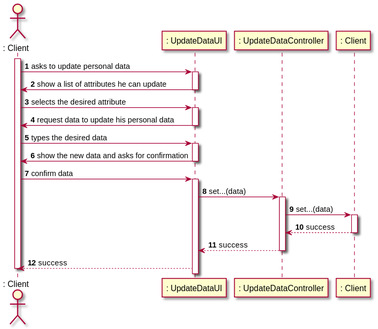
The PlantUML diagram docs/SprintD/US02/US02_SD.svg in manu-07-ela/LAPR2_ISEP, before a commit.
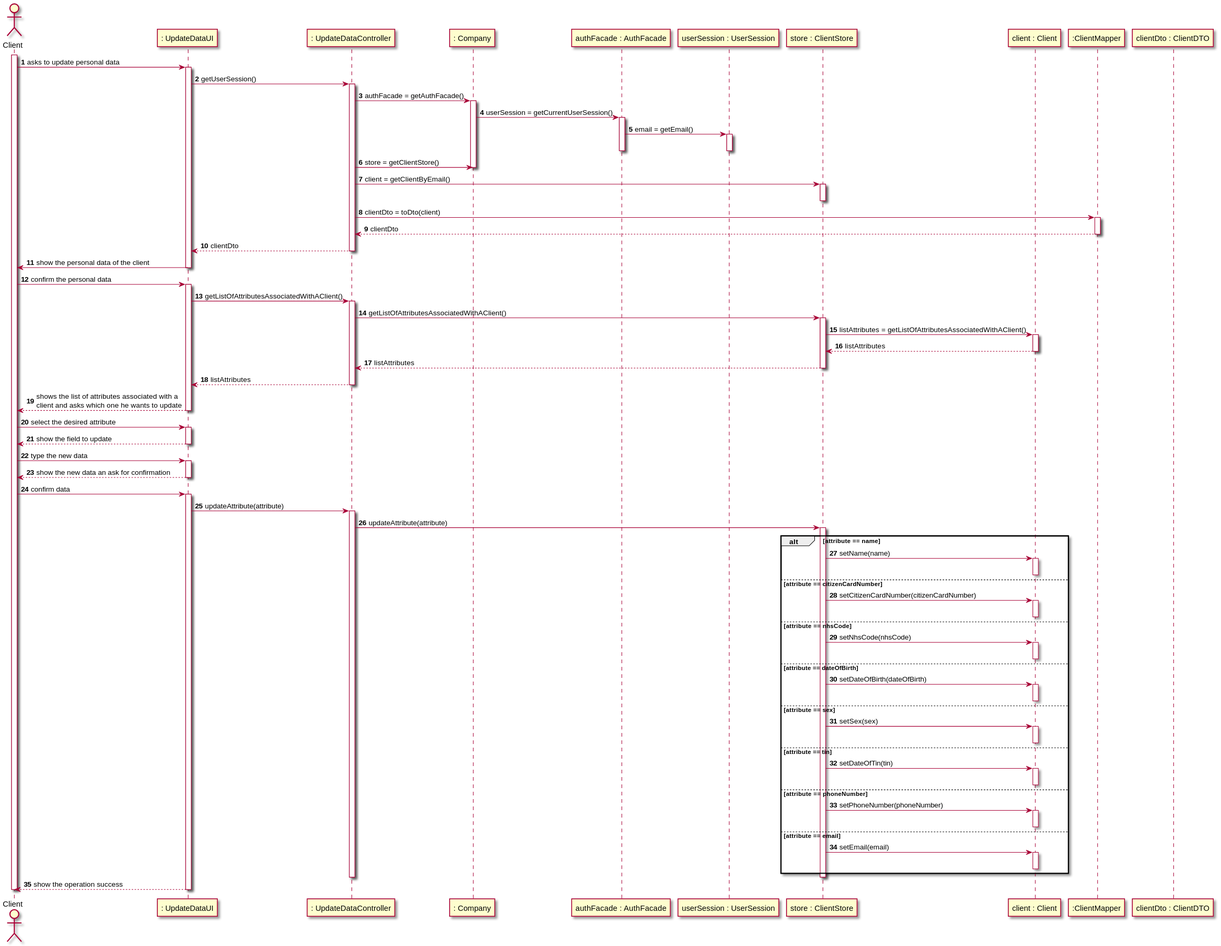
Above is the later version.

What changed in the source:
```diff
@@ -1,38 +1,113 @@
 @startuml
 
 autonumber
-actor ": Client" as CL
+actor "Client" as CL
 
 participant ": UpdateDataUI" as UI
 participant ": UpdateDataController" as CTRL
-participant ": Client" as CLD
-
-
+participant ": Company" as COMP
+participant "authFacade : AuthFacade" as AUTH
+participant "userSession : UserSession" as SESSION
+participant "store : ClientStore" as STORE
+participant "client : Client" as CLIENT
+participant ":ClientMapper" as MAPPER
+participant "clientDto : ClientDTO" as DTO
 activate CL
 CL -> UI : asks to update personal data
 activate UI
-UI -> CL : show a list of attributes he can update
+UI -> CTRL : getUserSession()
+activate CTRL
+CTRL -> COMP : authFacade = getAuthFacade()
+activate COMP
+COMP->AUTH : userSession = getCurrentUserSession()
+activate AUTH
+AUTH-> SESSION : email = getEmail()
+activate SESSION
+deactivate SESSION
+deactivate AUTH
+CTRL->COMP : store = getClientStore()
+deactivate COMP
+CTRL->STORE : client = getClientByEmail()
+activate STORE
+deactivate STORE
+CTRL-> MAPPER : clientDto = toDto(client)
+activate MAPPER
+MAPPER-->CTRL : clientDto
+deactivate MAPPER
+CTRL-->UI : clientDto
+deactivate CTRL
+
+
+UI -> CL : show the personal data of the client
 deactivate UI
-CL -> UI : selects the desired attribute
+CL -> UI : confirm the personal data
 activate UI
-UI -> CL : request data to update his personal data
+UI->CTRL : getListOfAttributesAssociatedWithAClient()
+activate CTRL
+CTRL->STORE : getListOfAttributesAssociatedWithAClient()
+activate STORE
+STORE->CLIENT : listAttributes = getListOfAttributesAssociatedWithAClient()
+activate CLIENT
+CLIENT-->STORE : listAttributes
+deactivate CLIENT
+STORE-->CTRL : listAttributes
+deactivate STORE
+CTRL-->UI : listAttributes
+deactivate CTRL
+
+UI --> CL : shows the list of attributes associated with a \nclient and asks which one he wants to update
 deactivate UI
-CL -> UI : types the desired data
+CL -> UI : select the desired attribute
 activate UI
-UI -> CL : show the new data and asks for confirmation
+UI --> CL : show the field to update
 deactivate UI
-CL -> UI : confirm data
+CL -> UI : type the new data
 activate UI
-UI -> CTRL : set...(data)
+UI -->CL : show the new data an ask for confirmation
+deactivate UI
+CL->UI: confirm data
+activate UI
+UI->CTRL : updateAttribute(attribute)
 activate CTRL
-CTRL -> CLD : set...(data)
-activate CLD
-CLD --> CTRL : success
-deactivate CLD
-CTRL --> UI : success
+CTRL->STORE : updateAttribute(attribute)
+activate STORE
+alt attribute == name
+STORE->CLIENT : setName(name)
+activate CLIENT
+deactivate CLIENT
+else attribute == citizenCardNumber
+STORE-> CLIENT : setCitizenCardNumber(citizenCardNumber)
+activate CLIENT
+deactivate CLIENT
+else attribute == nhsCode
+STORE->CLIENT : setNhsCode(nhsCode)
+activate CLIENT
+deactivate CLIENT
+else attribute == dateOfBirth
+STORE->CLIENT : setDateOfBirth(dateOfBirth)
+activate CLIENT
+deactivate CLIENT
+else attribute == sex
+STORE->CLIENT : setSex(sex)
+activate CLIENT
+deactivate CLIENT
+else attribute == tin
+STORE->CLIENT : setDateOfTin(tin)
+activate CLIENT
+deactivate CLIENT
+else attribute == phoneNumber
+STORE->CLIENT : setPhoneNumber(phoneNumber)
+activate CLIENT
+deactivate CLIENT
+else attribute == email
+STORE->CLIENT : setEmail(email)
+activate CLIENT
+deactivate CLIENT
+end alt
+deactivate STORE
 deactivate CTRL
-UI --> CL : success
-
+UI-->CL : show the operation success
+deactivate UI
 
 
 deactivate CL
```
